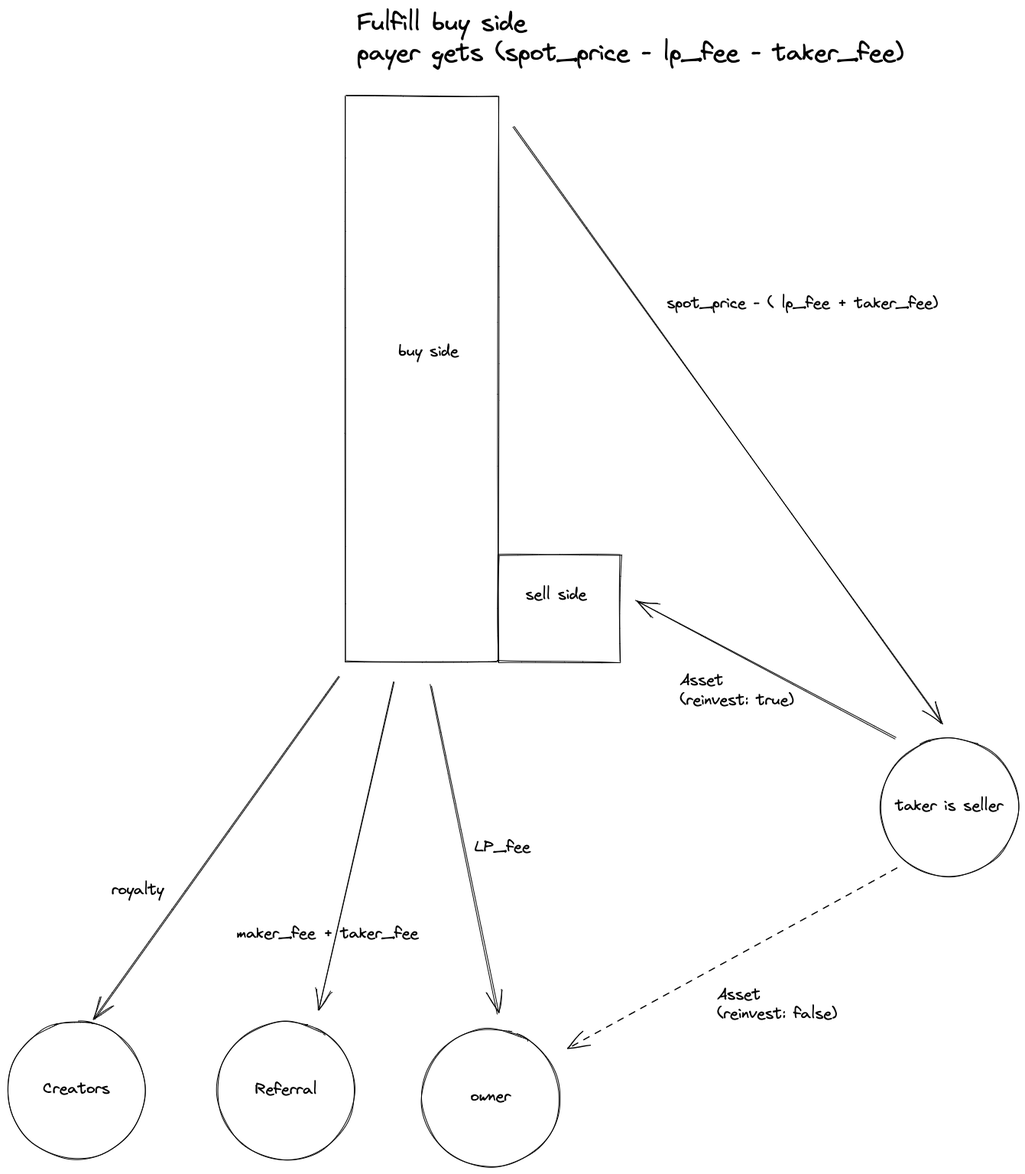
Before: docs/fulfill_buy.excalidraw.png, a diagram exported from Excalidraw (me-foundation/mmm). Source tidied: one line per element, renumbered; positions are measured from the earlier drawing's top-left corner, leaving out a move shared by most shapes.
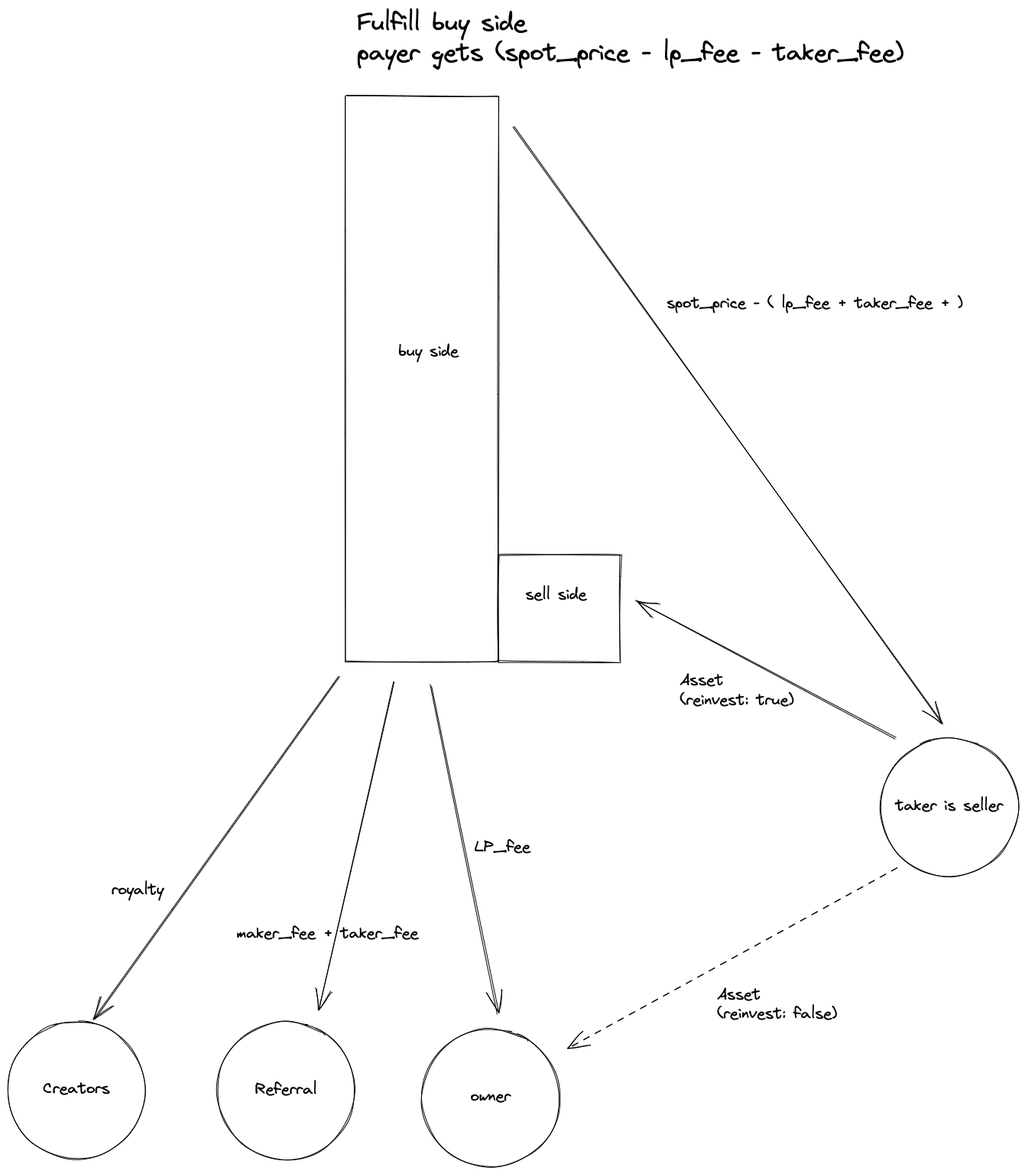
After the commit.

Commit message:
Make taker pay the optional creator royalties

The edit, as a diff of the source:
```diff
@@ -7,7 +7,7 @@
 {"id": 6, "type": "ellipse", "strokeColor": "#000000", "strokeWidth": 1, "roughness": 1, "x": 1142, "y": 956, "width": 180, "height": 180}
 {"id": 7, "type": "text", "text": "taker is seller", "strokeColor": "#000000", "strokeWidth": 1, "roughness": 1, "fontSize": 20, "fontFamily": 1, "textAlign": "center", "verticalAlign": "middle", "inside": 6, "x": 1147, "y": 1033, "width": 170, "height": 25}
 {"id": 8, "type": "arrow", "strokeColor": "#000000", "strokeWidth": 1, "roughness": 1, "endArrowhead": "arrow", "from": 0, "to": 6, "x": 662, "y": 156, "width": 560, "height": 780, "points": [[0, 0], [560, 780]]}
-{"id": 9, "type": "text", "text": "spot_price - ( lp_fee + taker_fee)", "strokeColor": "#000000", "strokeWidth": 1, "roughness": 1, "fontSize": 20, "fontFamily": 1, "x": 862, "y": 374, "width": 356, "height": 25}
+{"id": 9, "type": "text", "text": "spot_price - ( lp_fee + taker_fee + )", "strokeColor": "#000000", "strokeWidth": 1, "roughness": 1, "fontSize": 20, "fontFamily": 1, "x": 862, "y": 374, "width": 389, "height": 25}
 {"id": 10, "type": "arrow", "strokeColor": "#000000", "strokeWidth": 1, "roughness": 1, "endArrowhead": "arrow", "from": 6, "to": 1, "x": 1162, "y": 956, "width": 340, "height": 180, "points": [[0, 0], [-340, -180]]}
 {"id": 11, "type": "text", "text": "Asset\n(reinvest: true)", "strokeColor": "#000000", "strokeWidth": 1, "roughness": 1, "fontSize": 20, "fontFamily": 1, "x": 879, "y": 868, "width": 150, "height": 51}
 {"id": 12, "type": "arrow", "strokeColor": "#000000", "strokeWidth": 1, "roughness": 1, "endArrowhead": "arrow", "from": 0, "to": 4, "x": 553, "y": 885, "width": 88, "height": 430, "points": [[0, 0], [88, 430]]}
```
